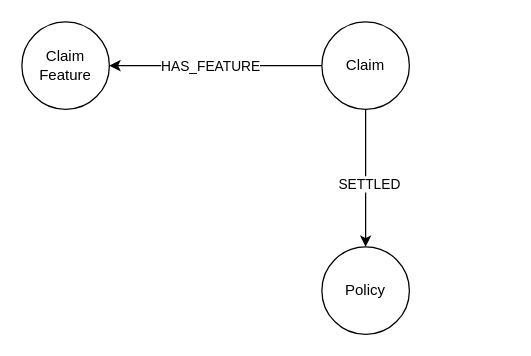
Earlier version of the draw.io diagram 太平/taiping-feature-hierarchy.drawio (XiaoLiuAI/diagrams). Source tidied: cells renumbered, new cells numbered last; positions are measured from the earlier drawing's top-left corner, leaving out a move shared by most shapes. Both pictures are drawn from the tidied source at 125%, with x=0, y=0 at pixel (21, 21).
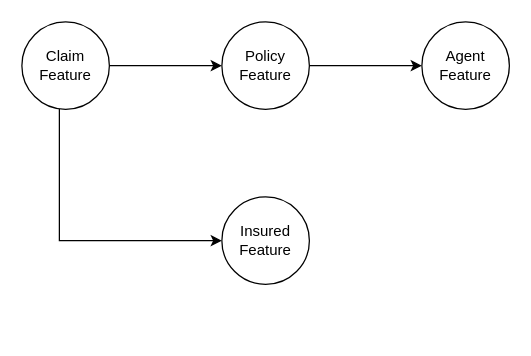
Above is the later version.

The edit, as a diff of the source:
```diff
@@
 <mxGraphModel>
   <root>
     <mxCell id="0" />
     <mxCell id="1" parent="0" />
-    <mxCell id="2" style="edgeStyle=orthogonalEdgeStyle;rounded=0;jettySize=auto;html=1;" parent="1" edge="1" source="6" target="7">
-      <mxGeometry relative="1" as="geometry" />
-    </mxCell>
-    <mxCell id="3" value="HAS_FEATURE" style="edgeLabel;html=1;align=center;verticalAlign=middle;" parent="2" vertex="1">
-      <mxGeometry x="0.15" y="2" relative="1" as="geometry">
-        <mxPoint x="8" y="-2" as="offset" />
-      </mxGeometry>
-    </mxCell>
-    <mxCell id="4" style="edgeStyle=orthogonalEdgeStyle;rounded=0;jettySize=auto;html=1;entryX=0.5;entryY=0;entryDx=0;entryDy=0;" parent="1" edge="1" source="6" target="8">
-      <mxGeometry relative="1" as="geometry" />
-    </mxCell>
-    <mxCell id="5" value="SETTLED" style="edgeLabel;html=1;align=center;verticalAlign=middle;" parent="4" vertex="1">
-      <mxGeometry x="0.07" y="2" relative="1" as="geometry" />
-    </mxCell>
-    <mxCell id="6" value="Claim" style="ellipse;whiteSpace=wrap;html=1;" parent="1" vertex="1">
-      <mxGeometry x="240" width="70" height="70" as="geometry" />
-    </mxCell>
+    <mxCell id="9" style="edgeStyle=orthogonalEdgeStyle;rounded=0;jettySize=auto;html=1;entryX=0;entryY=0.5;entryDx=0;entryDy=0;" parent="1" edge="1" source="7" target="12">
+      <mxGeometry relative="1" as="geometry" />
+    </mxCell>
+    <mxCell id="10" style="edgeStyle=orthogonalEdgeStyle;rounded=0;jettySize=auto;html=1;" parent="1" edge="1" source="7" target="14">
+      <mxGeometry relative="1" as="geometry">
+        <Array as="points">
+          <mxPoint x="30" y="175" />
+        </Array>
+      </mxGeometry>
+    </mxCell>
     <mxCell id="7" value="Claim&lt;br&gt;Feature" style="ellipse;whiteSpace=wrap;html=1;" parent="1" vertex="1">
       <mxGeometry width="70" height="70" as="geometry" />
     </mxCell>
-    <mxCell id="8" value="Policy" style="ellipse;whiteSpace=wrap;html=1;" parent="1" vertex="1">
-      <mxGeometry x="240" y="180" width="70" height="70" as="geometry" />
-    </mxCell>
+    <mxCell id="11" style="edgeStyle=orthogonalEdgeStyle;rounded=0;jettySize=auto;html=1;entryX=0;entryY=0.5;entryDx=0;entryDy=0;" parent="1" edge="1" source="12" target="13">
+      <mxGeometry relative="1" as="geometry" />
+    </mxCell>
+    <mxCell id="12" value="Policy&lt;br&gt;Feature" style="ellipse;whiteSpace=wrap;html=1;" parent="1" vertex="1">
+      <mxGeometry x="160" width="70" height="70" as="geometry" />
+    </mxCell>
+    <mxCell id="13" value="Agent&lt;br&gt;Feature" style="ellipse;whiteSpace=wrap;html=1;" parent="1" vertex="1">
+      <mxGeometry x="320" width="70" height="70" as="geometry" />
+    </mxCell>
+    <mxCell id="14" value="Insured&lt;br&gt;Feature" style="ellipse;whiteSpace=wrap;html=1;" parent="1" vertex="1">
+      <mxGeometry x="160" y="140" width="70" height="70" as="geometry" />
+    </mxCell>
   </root>
 </mxGraphModel>
```
